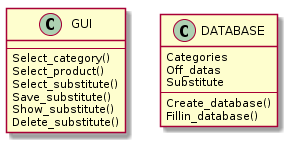
The PlantUML diagram doc/img/05_class.png in Zepmanbc/oc_dapython_pr5, before a commit.
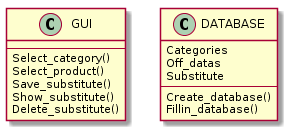
After the change.

Commit message:
update activity and class diagram

Diff of the diagram source:
```diff
@@ -4,7 +4,6 @@
     --
     Select_category()
     Select_product()
-    Select_substitute()
     Save_substitute()
     Show_substitute()
     Delete_substitute()
```
